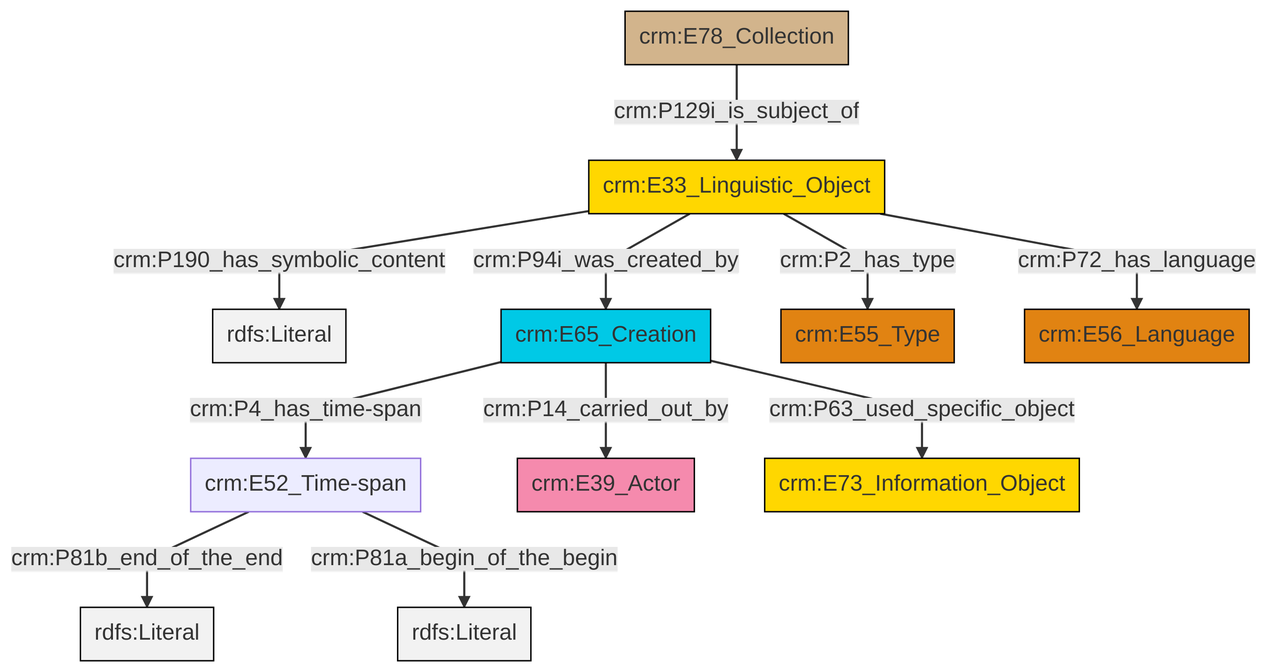
Above: et/archivalCSV/ttl/mmd/png/archival_desc.png in swiss-art-research-net/docs.swissartresearch (Mermaid), before the change. Its source is kept beside it as et/archivalCSV/ttl/mmd/archival_desc.ttl.mmd.
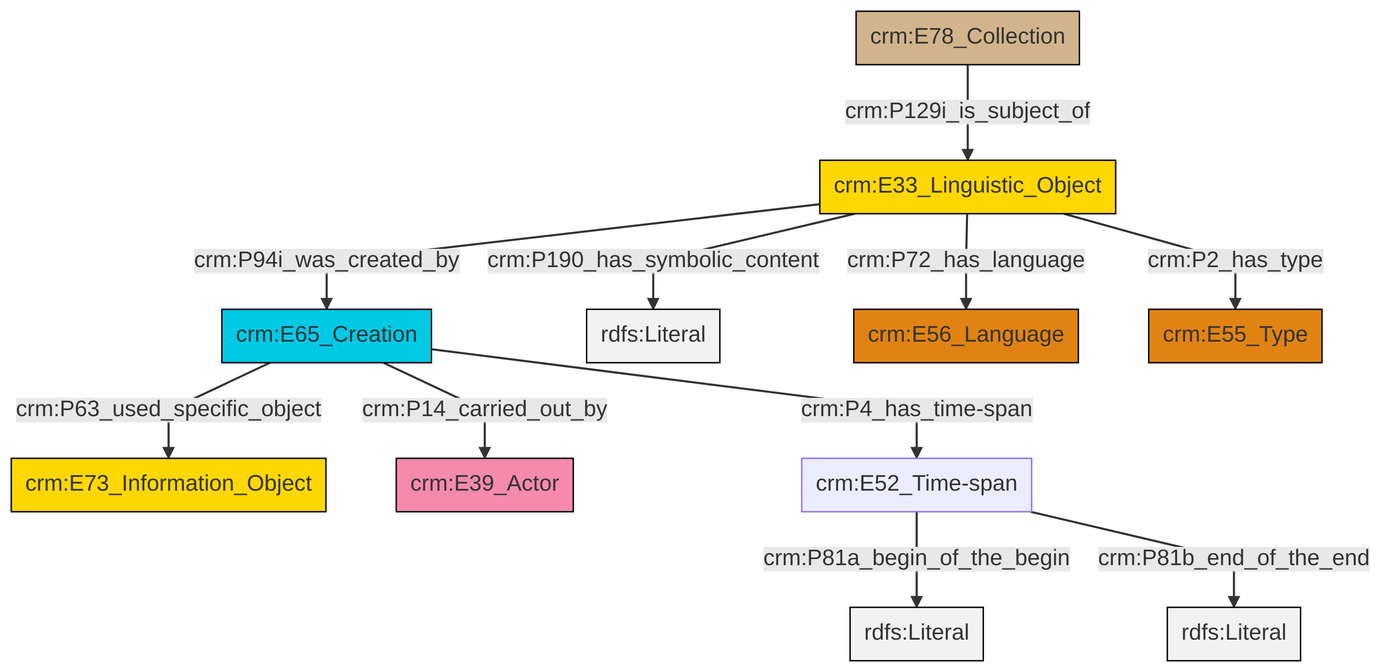
After the commit.

What changed in the source:
```diff
@@ -13,13 +13,13 @@
 classDef PC_Classes fill:#4ce600, stroke:#000000;
 classDef Multi fill:#cccccc,stroke:#000000;
 
-2["crm:E33_Linguistic_Object"]:::Conceptual_Object -->|crm:P190_has_symbolic_content| 3[rdfs:Literal]:::Literal
-0["crm:E52_Time-span"]:::Default -->|crm:P81b_end_of_the_end| 4[rdfs:Literal]:::Literal
-5["crm:E65_Creation"]:::Temporal_Entity -->|crm:P14_carried_out_by| 7["crm:E39_Actor"]:::Actor
-2["crm:E33_Linguistic_Object"]:::Conceptual_Object -->|crm:P2_has_type| 8["crm:E55_Type"]:::Type
-5["crm:E65_Creation"]:::Temporal_Entity -->|crm:P63_used_specific_object| 14["crm:E73_Information_Object"]:::Conceptual_Object
-12["crm:E78_Collection"]:::Physical_Thing -->|crm:P129i_is_subject_of| 2["crm:E33_Linguistic_Object"]:::Conceptual_Object
-2["crm:E33_Linguistic_Object"]:::Conceptual_Object -->|crm:P72_has_language| 10["crm:E56_Language"]:::Type
-5["crm:E65_Creation"]:::Temporal_Entity -->|crm:P4_has_time-span| 0["crm:E52_Time-span"]:::Default
-2["crm:E33_Linguistic_Object"]:::Conceptual_Object -->|crm:P94i_was_created_by| 5["crm:E65_Creation"]:::Temporal_Entity
-0["crm:E52_Time-span"]:::Default -->|crm:P81a_begin_of_the_begin| 18[rdfs:Literal]:::Literal
+0["crm:E65_Creation"]:::Temporal_Entity -->|crm:P63_used_specific_object| 1["crm:E73_Information_Object"]:::Conceptual_Object
+4["crm:E33_Linguistic_Object"]:::Conceptual_Object -->|crm:P190_has_symbolic_content| 5[rdfs:Literal]:::Literal
+7["crm:E52_Time-span"]:::Default -->|crm:P81a_begin_of_the_begin| 8[rdfs:Literal]:::Literal
+4["crm:E33_Linguistic_Object"]:::Conceptual_Object -->|crm:P72_has_language| 9["crm:E56_Language"]:::Type
+4["crm:E33_Linguistic_Object"]:::Conceptual_Object -->|crm:P94i_was_created_by| 0["crm:E65_Creation"]:::Temporal_Entity
+4["crm:E33_Linguistic_Object"]:::Conceptual_Object -->|crm:P2_has_type| 11["crm:E55_Type"]:::Type
+7["crm:E52_Time-span"]:::Default -->|crm:P81b_end_of_the_end| 13[rdfs:Literal]:::Literal
+14["crm:E78_Collection"]:::Physical_Thing -->|crm:P129i_is_subject_of| 4["crm:E33_Linguistic_Object"]:::Conceptual_Object
+0["crm:E65_Creation"]:::Temporal_Entity -->|crm:P4_has_time-span| 7["crm:E52_Time-span"]:::Default
+0["crm:E65_Creation"]:::Temporal_Entity -->|crm:P14_carried_out_by| 2["crm:E39_Actor"]:::Actor
```
